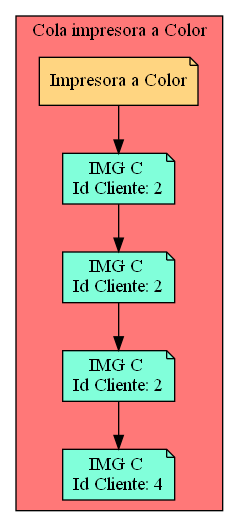
Serch-ING/EDD_UDRAWING_202000119 keeps this Graphviz diagram as Cola_Print_color.png. Above is the earlier version. Its source is kept beside it as Cola_Print_color.dot. The source it was exported from:
```dot
digraph L {
node[shape=note fillcolor="#A181FF" style =filled]
subgraph cluster_p{
    label= " Cola impresora a Color "
 raiz[label = "Impresora a Color" fillcolor="#FFD581" ]    bgcolor = "#FF7878"
Nodo388357135[label="IMG C
Id Cliente: 2",fillcolor="#81FFDA"]
Nodo957465255[label="IMG C
Id Cliente: 2",fillcolor="#81FFDA"]
Nodo1254344205[label="IMG C
Id Cliente: 2",fillcolor="#81FFDA"]
Nodo558216562[label="IMG C
Id Cliente: 4",fillcolor="#81FFDA"]

raiz->Nodo388357135
Nodo388357135 -> Nodo957465255

Nodo957465255 -> Nodo1254344205

Nodo1254344205 -> Nodo558216562
}}
```
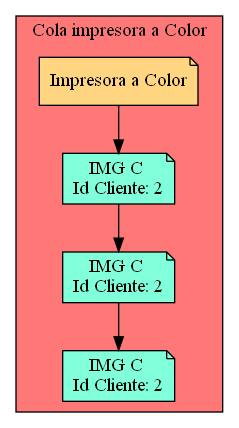
The same file after the commit.

The edit, as a diff of the source:
```diff
@@ -3,19 +3,15 @@
 subgraph cluster_p{
     label= " Cola impresora a Color "
  raiz[label = "Impresora a Color" fillcolor="#FFD581" ]    bgcolor = "#FF7878"
-Nodo388357135[label="IMG C
+Nodo24119573[label="IMG C
 Id Cliente: 2",fillcolor="#81FFDA"]
-Nodo957465255[label="IMG C
+Nodo568221876[label="IMG C
 Id Cliente: 2",fillcolor="#81FFDA"]
-Nodo1254344205[label="IMG C
+Nodo203849460[label="IMG C
 Id Cliente: 2",fillcolor="#81FFDA"]
-Nodo558216562[label="IMG C
-Id Cliente: 4",fillcolor="#81FFDA"]
 
-raiz->Nodo388357135
-Nodo388357135 -> Nodo957465255
+raiz->Nodo24119573
+Nodo24119573 -> Nodo568221876
 
-Nodo957465255 -> Nodo1254344205
-
-Nodo1254344205 -> Nodo558216562
+Nodo568221876 -> Nodo203849460
 }}
```
